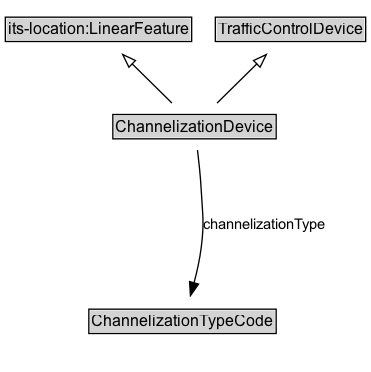
k-vaughn/ontology-its-regulation keeps this Graphviz diagram as docs/diagrams/ChannelizationDevice.dot.png. Above is the earlier version. Its source is kept beside it as docs/diagrams/ChannelizationDevice.dot.
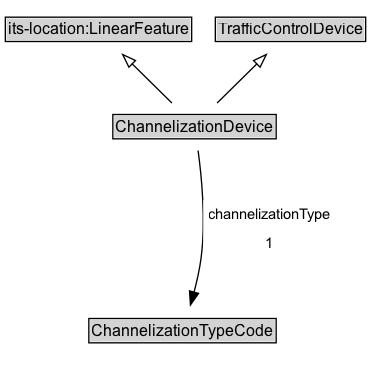
After the commit.

Diff of the diagram source:
```diff
@@ -21,5 +21,5 @@
 	ChannelizationDevice -> Invis [style=invis]
 	Invis -> ChannelizationTypeCode [style=invis]
 	ChannelizationTypeCode [label=<<TABLE BORDER="1" CELLBORDER="0" CELLSPACING="0" CELLPADDING="1"><TR><TD BGCOLOR="lightgray" ALIGN="CENTER">ChannelizationTypeCode</TD></TR></TABLE>> URL="../ChannelizationTypeCode" margin=0]
-	ChannelizationDevice -> ChannelizationTypeCode [label=channelizationType arrowhead=normal style=solid]
+	ChannelizationDevice -> ChannelizationTypeCode [label=<<TABLE BORDER="0" CELLBORDER="0" CELLSPACING="0" CELLPADDING="4" BGCOLOR="white"><TR><TD ALIGN="CENTER">channelizationType</TD></TR><TR><TD ALIGN="CENTER">1</TD></TR></TABLE>> arrowhead=normal style=solid]
 }
```
